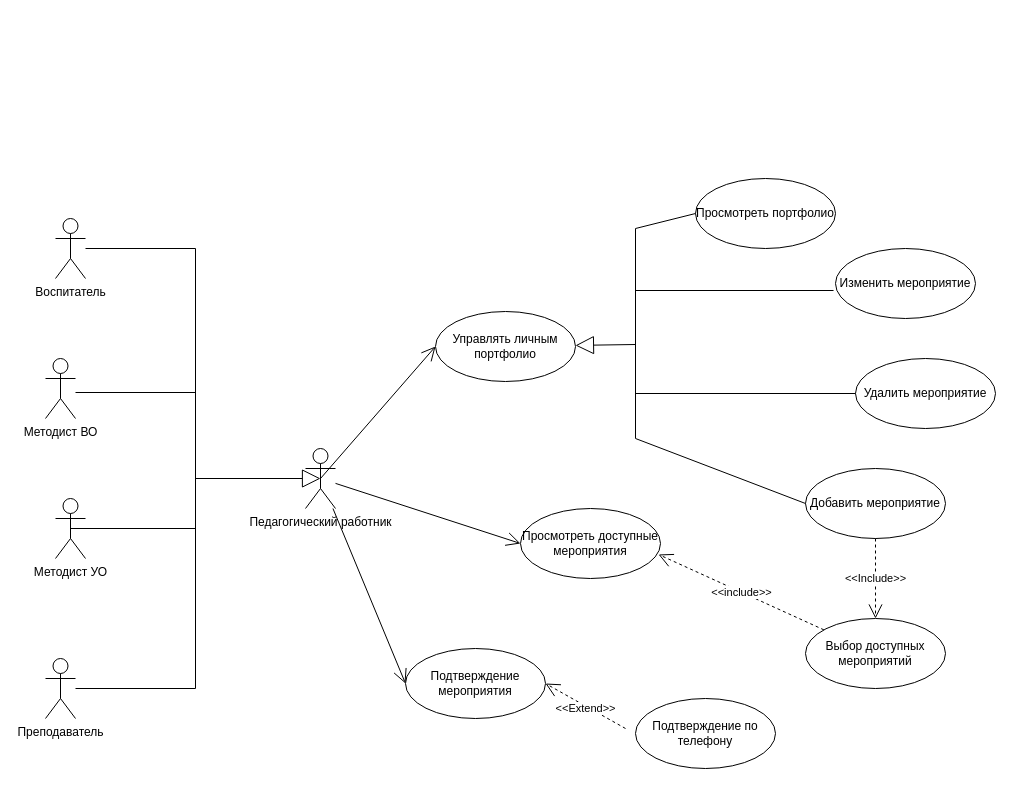
Alexk80/keywords keeps this draw.io diagram as Диаграмма прецедентов для педагогического работника.drawio. Above is the earlier version. Source tidied: cells renumbered, new cells numbered last; positions are measured from the earlier drawing's top-left corner, leaving out a move shared by most shapes. Both pictures are drawn from the tidied source at 100%, with x=0, y=0 at pixel (45, 178).
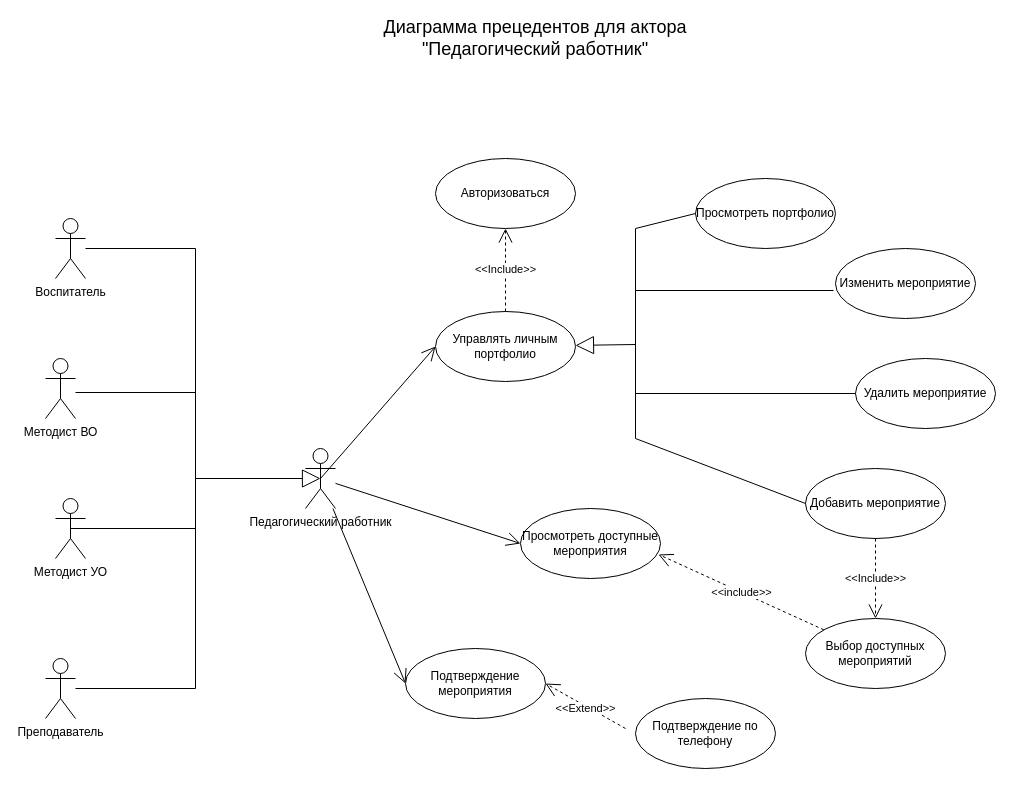
The same page after the edit.

The change refers to these unchanged cells:
```xml
<mxCell id="13" value="Управлять личным портфолио" style="ellipse;whiteSpace=wrap;html=1;" parent="1" vertex="1">
  <mxGeometry x="390" y="133" width="140" height="70" as="geometry" />
</mxCell>
```

Diff of the diagram source:
```diff
@@
+    <mxCell id="34" value="&lt;font style=&quot;font-size: 18px&quot;&gt;Диаграмма прецедентов для актора &quot;Педагогический работник&quot;&lt;/font&gt;" style="text;html=1;strokeColor=none;fillColor=none;align=center;verticalAlign=middle;whiteSpace=wrap;rounded=0;" parent="1" vertex="1">
+      <mxGeometry x="300" y="-150" width="380" height="20" as="geometry" />
+    </mxCell>
+    <mxCell id="35" value="Авторизоваться" style="ellipse;whiteSpace=wrap;html=1;" parent="1" vertex="1">
+      <mxGeometry x="390" y="-20" width="140" height="70" as="geometry" />
+    </mxCell>
+    <mxCell id="36" value="&amp;lt;&amp;lt;Include&amp;gt;&amp;gt;" style="endArrow=open;endSize=12;dashed=1;html=1;exitX=0.5;exitY=0;exitDx=0;exitDy=0;entryX=0.5;entryY=1;entryDx=0;entryDy=0;" parent="1" edge="1" source="13" target="35">
+      <mxGeometry relative="1" as="geometry" />
+    </mxCell>
```
